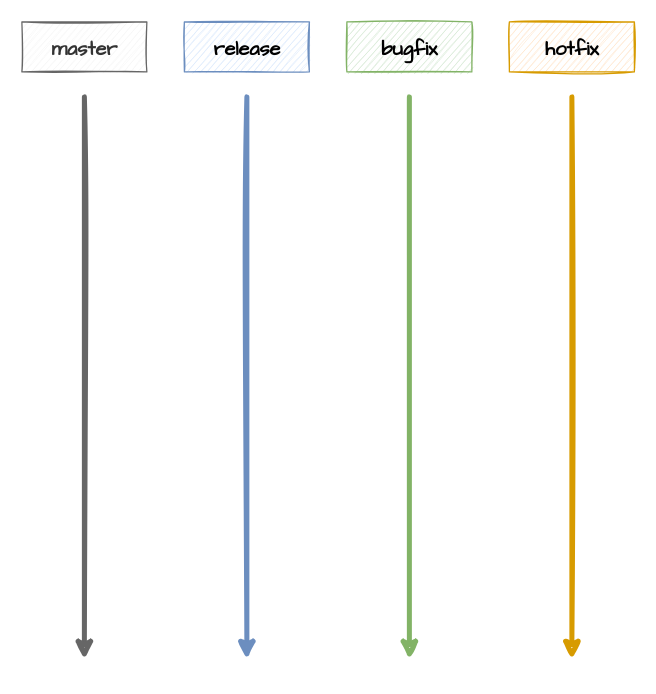
Above: 分支管理.drawio in TryLoveCatch/charts (draw.io), before the change. Source tidied: cells renumbered, new cells numbered last; positions are measured from the earlier drawing's top-left corner, leaving out a move shared by most shapes. Both pictures are drawn from the tidied source at 125%, with x=0, y=0 at pixel (21, 21).
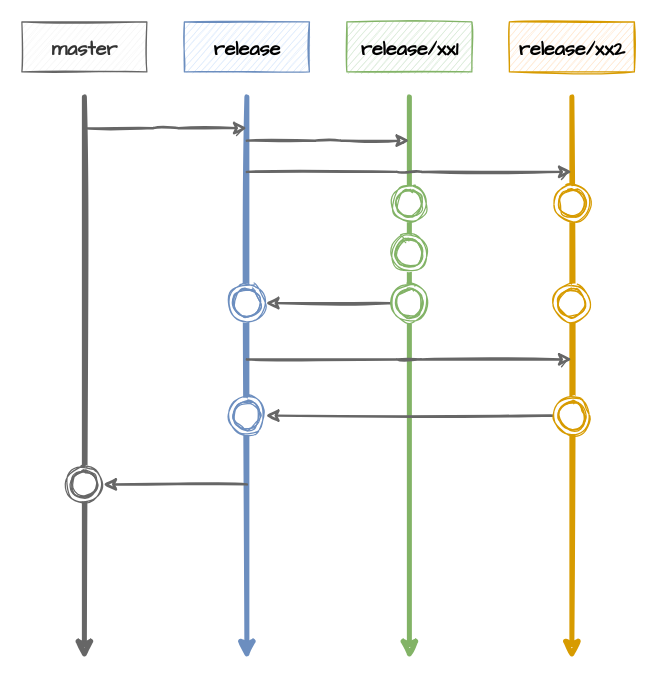
The same page after the edit.

Commit message (it also covers changes not shown here):
更新分支管理.drawio

What changed in the source:
```diff
@@
-    <mxCell id="7" value="&lt;font style=&quot;font-size: 16px&quot;&gt;bugfix&lt;/font&gt;" style="text;strokeColor=#82b366;fillColor=#d5e8d4;html=1;fontSize=24;fontStyle=1;verticalAlign=middle;align=center;shadow=0;sketch=1;disableMultiStroke=0;disableMultiStrokeFill=0;fontFamily=Comic Sans MS;" parent="1" vertex="1">
+    <mxCell id="7" value="&lt;font style=&quot;font-size: 16px&quot;&gt;release/xx1&lt;/font&gt;" style="text;strokeColor=#82b366;fillColor=#d5e8d4;html=1;fontSize=24;fontStyle=1;verticalAlign=middle;align=center;shadow=0;sketch=1;disableMultiStroke=0;disableMultiStrokeFill=0;fontFamily=Comic Sans MS;" parent="1" vertex="1">
       <mxGeometry x="260" width="100" height="40" as="geometry" />
     </mxCell>
@@
-    <mxCell id="9" value="&lt;font style=&quot;font-size: 16px&quot;&gt;hotfix&lt;/font&gt;" style="text;strokeColor=#d79b00;fillColor=#ffe6cc;html=1;fontSize=24;fontStyle=1;verticalAlign=middle;align=center;shadow=0;sketch=1;disableMultiStroke=0;disableMultiStrokeFill=0;fontFamily=Comic Sans MS;" parent="1" vertex="1">
+    <mxCell id="9" value="&lt;span style=&quot;font-size: 16px&quot;&gt;release/xx2&lt;/span&gt;" style="text;strokeColor=#d79b00;fillColor=#ffe6cc;html=1;fontSize=24;fontStyle=1;verticalAlign=middle;align=center;shadow=0;sketch=1;disableMultiStroke=0;disableMultiStrokeFill=0;fontFamily=Comic Sans MS;" parent="1" vertex="1">
       <mxGeometry x="390" width="100" height="40" as="geometry" />
     </mxCell>
+    <mxCell id="10" style="ellipse;shape=doubleEllipse;whiteSpace=wrap;html=1;shadow=0;sketch=1;disableMultiStroke=0;disableMultiStrokeFill=0;fontFamily=Comic Sans MS;strokeColor=#6c8ebf;fillStyle=auto;" parent="1" vertex="1">
+      <mxGeometry x="165" y="210" width="30" height="30" as="geometry" />
+    </mxCell>
+    <mxCell id="11" style="edgeStyle=elbowEdgeStyle;elbow=horizontal;endArrow=classic;html=1;fontFamily=Comic Sans MS;strokeColor=#666666;strokeWidth=2;fillColor=#f5f5f5;sketch=1;" parent="1" edge="1">
+      <mxGeometry relative="1" as="geometry">
+        <mxPoint x="50" y="85" as="sourcePoint" />
+        <mxPoint x="180" y="85" as="targetPoint" />
+      </mxGeometry>
+    </mxCell>
+    <mxCell id="12" style="ellipse;shape=doubleEllipse;whiteSpace=wrap;html=1;shadow=0;sketch=1;disableMultiStroke=0;disableMultiStrokeFill=0;fontFamily=Comic Sans MS;strokeColor=#82b366;fillStyle=auto;" parent="1" vertex="1">
+      <mxGeometry x="295" y="130" width="30" height="30" as="geometry" />
+    </mxCell>
+    <mxCell id="13" style="edgeStyle=elbowEdgeStyle;elbow=horizontal;endArrow=classic;html=1;fontFamily=Comic Sans MS;strokeColor=#666666;strokeWidth=2;fillColor=#f5f5f5;sketch=1;" parent="1" edge="1">
+      <mxGeometry relative="1" as="geometry">
+        <mxPoint x="180" y="95" as="sourcePoint" />
+        <mxPoint x="310" y="95" as="targetPoint" />
+      </mxGeometry>
+    </mxCell>
+    <mxCell id="14" style="edgeStyle=elbowEdgeStyle;elbow=horizontal;endArrow=classic;html=1;fontFamily=Comic Sans MS;strokeColor=#666666;strokeWidth=2;fillColor=#f5f5f5;sketch=1;" parent="1" edge="1">
+      <mxGeometry relative="1" as="geometry">
+        <mxPoint x="180" y="120" as="sourcePoint" />
+        <mxPoint x="440" y="120" as="targetPoint" />
+      </mxGeometry>
+    </mxCell>
+    <mxCell id="15" style="ellipse;shape=doubleEllipse;whiteSpace=wrap;html=1;shadow=0;sketch=1;disableMultiStroke=0;disableMultiStrokeFill=0;fontFamily=Comic Sans MS;strokeColor=#82b366;fillStyle=auto;" parent="1" vertex="1">
+      <mxGeometry x="295" y="170" width="30" height="30" as="geometry" />
+    </mxCell>
+    <mxCell id="16" style="edgeStyle=none;sketch=1;jettySize=auto;html=1;exitX=0;exitY=0.5;exitDx=0;exitDy=0;entryX=1;entryY=0.5;entryDx=0;entryDy=0;fontFamily=Comic Sans MS;strokeColor=#666666;strokeWidth=2;fillColor=#f5f5f5;" parent="1" edge="1" source="17" target="10">
+      <mxGeometry relative="1" as="geometry" />
+    </mxCell>
+    <mxCell id="17" style="ellipse;shape=doubleEllipse;whiteSpace=wrap;html=1;shadow=0;sketch=1;disableMultiStroke=0;disableMultiStrokeFill=0;fontFamily=Comic Sans MS;strokeColor=#82b366;fillStyle=auto;" parent="1" vertex="1">
+      <mxGeometry x="295" y="210" width="30" height="30" as="geometry" />
+    </mxCell>
+    <mxCell id="18" style="ellipse;shape=doubleEllipse;whiteSpace=wrap;html=1;shadow=0;sketch=1;disableMultiStroke=0;disableMultiStrokeFill=0;fontFamily=Comic Sans MS;strokeColor=#d79b00;fillStyle=auto;" parent="1" vertex="1">
+      <mxGeometry x="425" y="130" width="30" height="30" as="geometry" />
+    </mxCell>
+    <mxCell id="19" style="ellipse;shape=doubleEllipse;whiteSpace=wrap;html=1;shadow=0;sketch=1;disableMultiStroke=0;disableMultiStrokeFill=0;fontFamily=Comic Sans MS;strokeColor=#d79b00;fillStyle=auto;" parent="1" vertex="1">
+      <mxGeometry x="425" y="210" width="30" height="30" as="geometry" />
+    </mxCell>
+    <mxCell id="20" style="edgeStyle=none;sketch=1;jettySize=auto;html=1;exitX=0;exitY=0.5;exitDx=0;exitDy=0;entryX=1;entryY=0.5;entryDx=0;entryDy=0;fontFamily=Comic Sans MS;strokeColor=#666666;strokeWidth=2;fillColor=#f5f5f5;" parent="1" edge="1" source="21" target="23">
+      <mxGeometry relative="1" as="geometry" />
+    </mxCell>
+    <mxCell id="21" style="ellipse;shape=doubleEllipse;whiteSpace=wrap;html=1;shadow=0;sketch=1;disableMultiStroke=0;disableMultiStrokeFill=0;fontFamily=Comic Sans MS;strokeColor=#d79b00;fillStyle=auto;" parent="1" vertex="1">
+      <mxGeometry x="425" y="300" width="30" height="30" as="geometry" />
+    </mxCell>
+    <mxCell id="22" style="edgeStyle=elbowEdgeStyle;elbow=horizontal;endArrow=classic;html=1;fontFamily=Comic Sans MS;strokeColor=#666666;strokeWidth=2;fillColor=#f5f5f5;sketch=1;" parent="1" edge="1">
+      <mxGeometry relative="1" as="geometry">
+        <mxPoint x="180" y="270" as="sourcePoint" />
+        <mxPoint x="440" y="270" as="targetPoint" />
+      </mxGeometry>
+    </mxCell>
+    <mxCell id="23" style="ellipse;shape=doubleEllipse;whiteSpace=wrap;html=1;shadow=0;sketch=1;disableMultiStroke=0;disableMultiStrokeFill=0;fontFamily=Comic Sans MS;strokeColor=#6c8ebf;fillStyle=auto;" parent="1" vertex="1">
+      <mxGeometry x="165" y="300" width="30" height="30" as="geometry" />
+    </mxCell>
+    <mxCell id="24" style="edgeStyle=none;sketch=1;jettySize=auto;html=1;exitX=0;exitY=0.5;exitDx=0;exitDy=0;fontFamily=Comic Sans MS;strokeColor=#666666;strokeWidth=2;fillColor=#f5f5f5;entryX=1;entryY=0.5;entryDx=0;entryDy=0;" parent="1" edge="1" target="25">
+      <mxGeometry relative="1" as="geometry">
+        <mxPoint x="180" y="370" as="sourcePoint" />
+      </mxGeometry>
+    </mxCell>
+    <mxCell id="25" style="ellipse;shape=doubleEllipse;whiteSpace=wrap;html=1;shadow=0;sketch=1;disableMultiStroke=0;disableMultiStrokeFill=0;fontFamily=Comic Sans MS;strokeColor=#666666;fillStyle=auto;fontColor=#333333;" parent="1" vertex="1">
+      <mxGeometry x="35" y="355" width="30" height="30" as="geometry" />
+    </mxCell>
```
